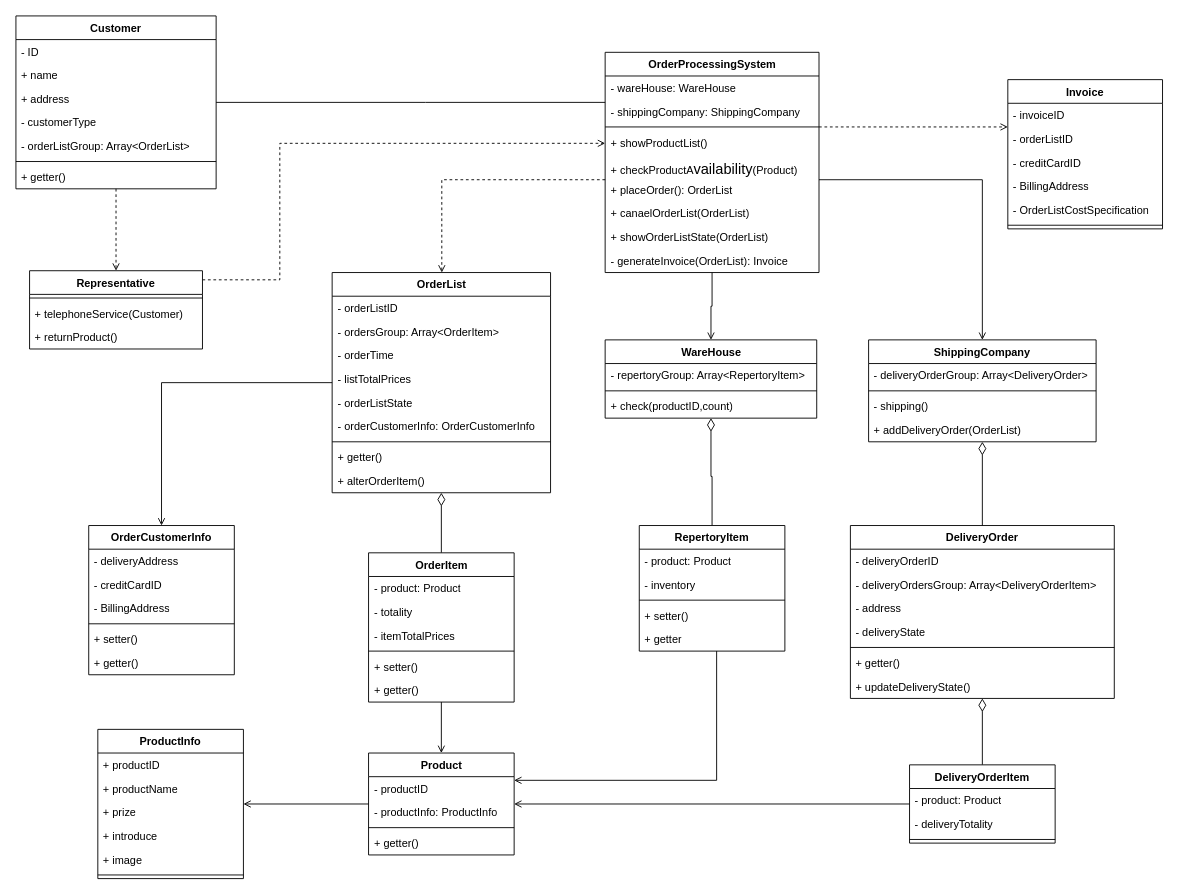
This is orders/orders_Class.drawio from yayaer123/drawio_demo, a draw.io file, before an edit. Source tidied: cells renumbered, new cells numbered last; positions are measured from the earlier drawing's top-left corner, leaving out a move shared by most shapes. Both pictures are drawn from the tidied source at 91%, with x=0, y=0 at pixel (15, 15).
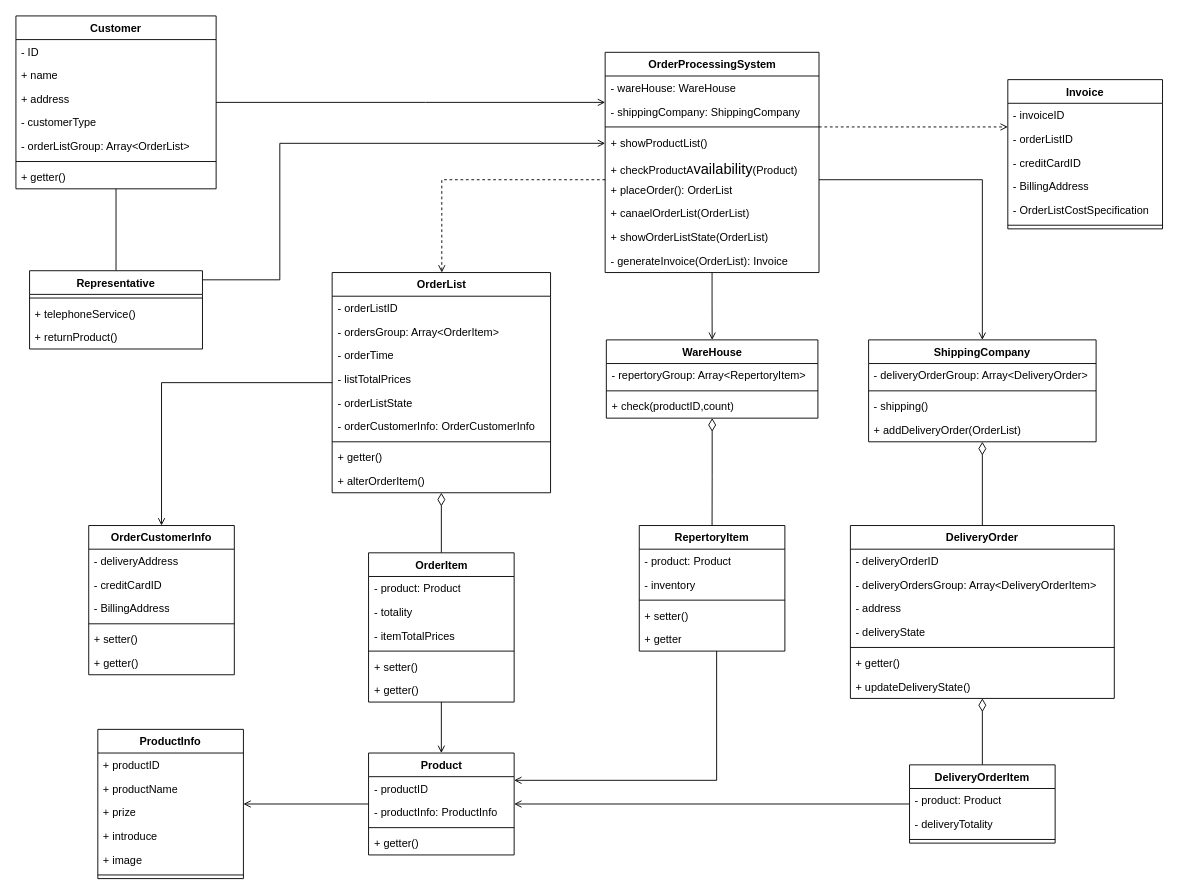
The same diagram, later.

The change refers to these unchanged cells:
```xml
<mxCell id="4" value="Customer" style="swimlane;fontStyle=1;align=center;verticalAlign=top;horizontal=1;startSize=26;whiteSpace=wrap;html=1;" parent="1" vertex="1">
  <mxGeometry width="220" height="190" as="geometry" />
</mxCell>
<mxCell id="13" value="Representative" style="swimlane;fontStyle=1;align=center;verticalAlign=top;horizontal=1;startSize=26;whiteSpace=wrap;html=1;" parent="1" vertex="1">
  <mxGeometry x="15" y="280" width="190" height="86" as="geometry" />
</mxCell>
<mxCell id="100" value="OrderProcessingSystem" style="swimlane;fontStyle=1;align=center;verticalAlign=top;horizontal=1;startSize=26;whiteSpace=wrap;html=1;" parent="1" vertex="1">
  <mxGeometry x="647.5" y="40" width="235" height="242" as="geometry" />
</mxCell>
```

The edit, as a diff of the source:
```diff
@@
-    <mxCell id="2" style="edgeStyle=orthogonalEdgeStyle;rounded=0;jettySize=auto;html=1;endArrow=open;endFill=0;dashed=1;" parent="1" edge="1" source="4" target="13">
+    <mxCell id="2" style="edgeStyle=orthogonalEdgeStyle;rounded=0;jettySize=auto;html=1;endArrow=none;endFill=0;" parent="1" edge="1" source="4" target="13">
       <mxGeometry relative="1" as="geometry" />
     </mxCell>
-    <mxCell id="3" style="edgeStyle=orthogonalEdgeStyle;rounded=0;jettySize=auto;html=1;endArrow=none;endFill=0;" parent="1" edge="1" source="4" target="100">
+    <mxCell id="3" style="edgeStyle=orthogonalEdgeStyle;rounded=0;jettySize=auto;html=1;endArrow=open;endFill=0;" parent="1" edge="1" source="4" target="100">
       <mxGeometry relative="1" as="geometry">
         <Array as="points">
           <mxPoint x="450" y="95" />
           <mxPoint x="450" y="95" />
         </Array>
       </mxGeometry>
     </mxCell>
@@
-    <mxCell id="12" style="edgeStyle=orthogonalEdgeStyle;rounded=0;jettySize=auto;html=1;dashed=1;endArrow=open;endFill=0;" parent="1" edge="1" source="13" target="100">
+    <mxCell id="12" style="edgeStyle=orthogonalEdgeStyle;rounded=0;jettySize=auto;html=1;endArrow=open;endFill=0;" parent="1" edge="1" source="13" target="100">
       <mxGeometry relative="1" as="geometry">
         <Array as="points">
           <mxPoint x="290" y="290" />
           <mxPoint x="290" y="140" />
         </Array>
       </mxGeometry>
     </mxCell>
@@
-    <mxCell id="15" value="+ telephoneService(Customer)" style="text;strokeColor=none;fillColor=none;align=left;verticalAlign=top;spacingLeft=4;spacingRight=4;overflow=hidden;whiteSpace=wrap;html=1;" parent="13" vertex="1">
+    <mxCell id="15" value="+ telephoneService()" style="text;strokeColor=none;fillColor=none;align=left;verticalAlign=top;spacingLeft=4;spacingRight=4;overflow=hidden;whiteSpace=wrap;html=1;" parent="13" vertex="1">
       <mxGeometry y="34" width="190" height="26" as="geometry" />
     </mxCell>
@@
     <mxCell id="58" value="WareHouse" style="swimlane;fontStyle=1;align=center;verticalAlign=top;horizontal=1;startSize=26;whiteSpace=wrap;html=1;" parent="1" vertex="1">
-      <mxGeometry x="647.5" y="356" width="232.5" height="86" as="geometry" />
+      <mxGeometry x="648.8" y="356" width="232.5" height="86" as="geometry" />
     </mxCell>
```
